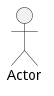
madajaju/edgemere keeps this PlantUML diagram as docs/actors/actor/UseCase.png. Above is the earlier version. The source it was exported from:
```plantuml
@startuml

left to right direction


Actor "Actor" as Actor



@enduml
```
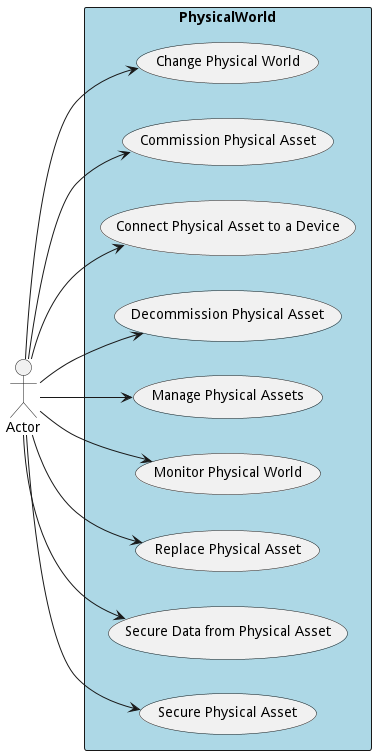
After the change.

What changed in the source:
```diff
@@ -6,5 +6,27 @@
 Actor "Actor" as Actor
 
 
+rectangle "PhysicalWorld" as pw #lightblue {
+        usecase "Change Physical World" as ChangePhysicalWorld
+    Actor --> ChangePhysicalWorld
+    usecase "Commission Physical Asset" as CommissionPhysicalAsset
+    Actor --> CommissionPhysicalAsset
+    usecase "Connect Physical Asset to a Device" as ConnectPhysicalAssettoaDevice
+    Actor --> ConnectPhysicalAssettoaDevice
+    usecase "Decommission Physical Asset" as DecommissionPhysicalAsset
+    Actor --> DecommissionPhysicalAsset
+    usecase "Manage Physical Assets" as ManagePhysicalAssets
+    Actor --> ManagePhysicalAssets
+    usecase "Monitor Physical World" as MonitorPhysicalWorld
+    Actor --> MonitorPhysicalWorld
+    usecase "Replace Physical Asset" as ReplacePhysicalAsset
+    Actor --> ReplacePhysicalAsset
+    usecase "Secure Data from Physical Asset" as SecureDatafromPhysicalAsset
+    Actor --> SecureDatafromPhysicalAsset
+    usecase "Secure Physical Asset" as SecurePhysicalAsset
+    Actor --> SecurePhysicalAsset
+
+}
+
 
 @enduml
```
